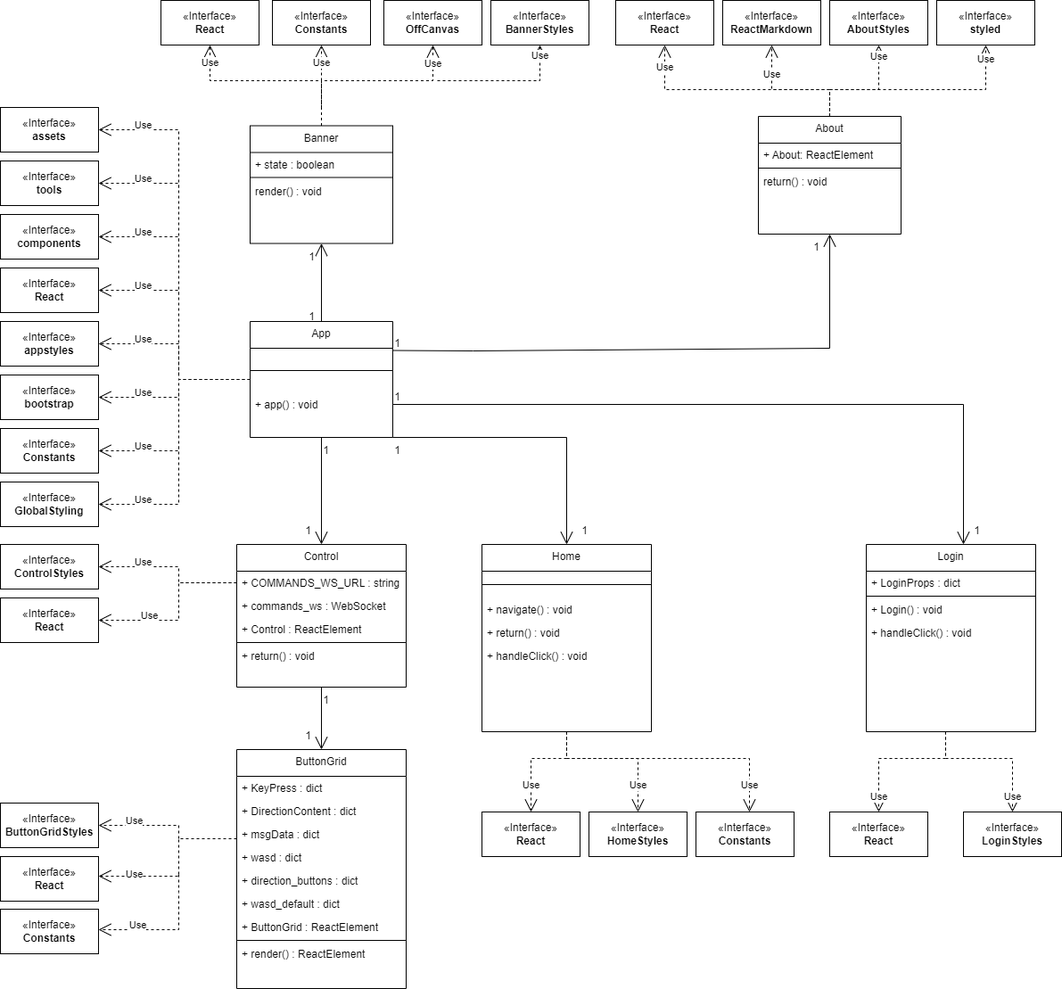
Above: documentation/docs/system-architecture/assets/Architecture_TREAD_BOT_WEBSITE.png in Capstone-Projects-2023-Spring/project-robocontrol (draw.io), before the change. Source tidied: cells renumbered, new cells last; positions are measured from the earlier drawing's top-left corner, leaving out a move shared by most shapes.
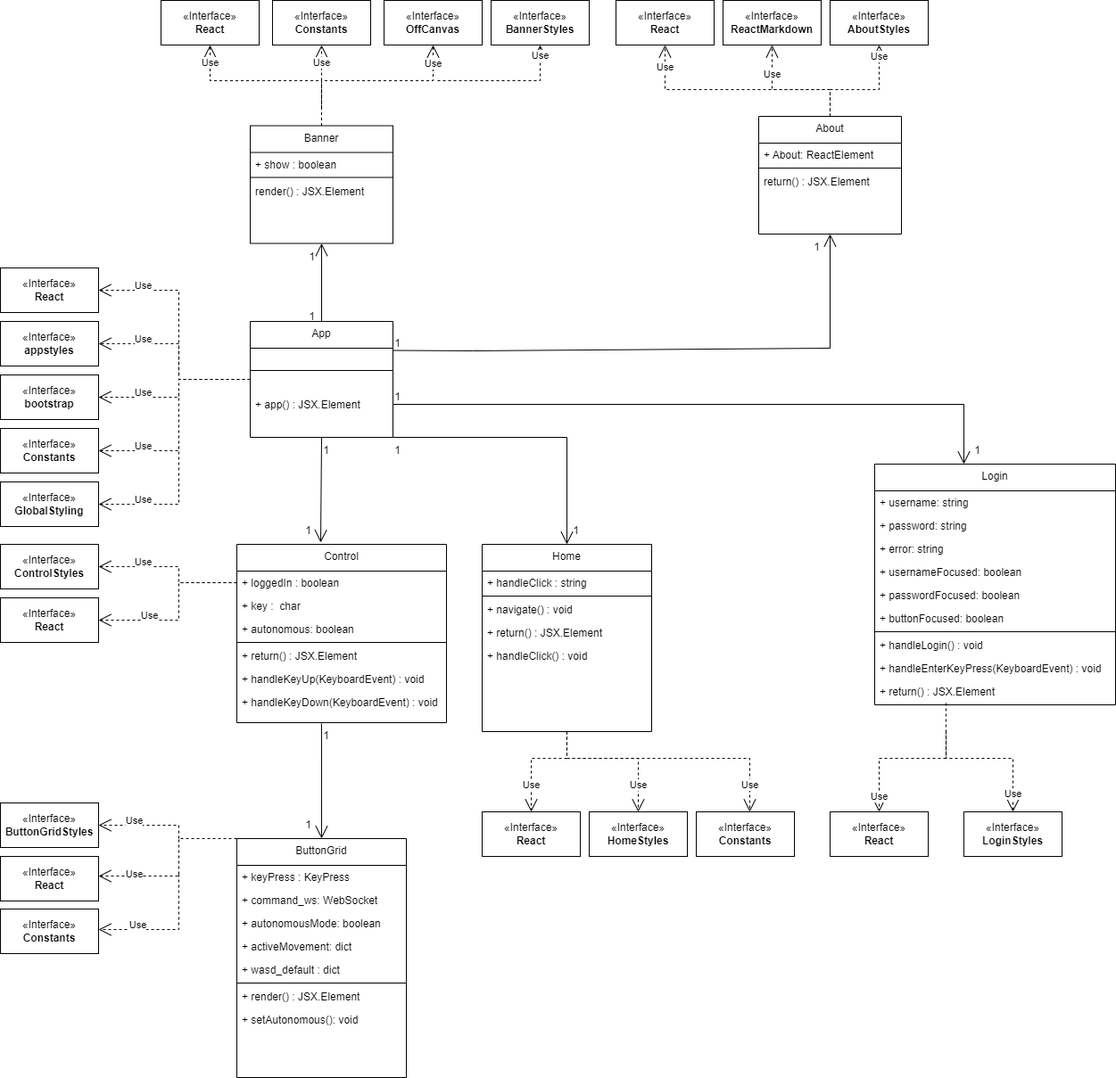
The same file after the commit.

Commit message:
Made requested changes to website portion

What changed in the source:
```diff
@@ -10,14 +10,5 @@
     </mxCell>
-    <mxCell id="4" value="+ app() : void" style="text;align=left;verticalAlign=top;spacingLeft=4;spacingRight=4;overflow=hidden;points=[[0,0.5],[1,0.5]];portConstraint=eastwest;" parent="2" vertex="1">
+    <mxCell id="4" value="+ app() : JSX.Element" style="text;align=left;verticalAlign=top;spacingLeft=4;spacingRight=4;overflow=hidden;points=[[0,0.5],[1,0.5]];portConstraint=eastwest;" parent="2" vertex="1">
       <mxGeometry y="80" width="160" height="26" as="geometry" />
     </mxCell>
-    <mxCell id="5" value="«Interface»&lt;br&gt;&lt;b&gt;assets&lt;/b&gt;" style="html=1;whiteSpace=wrap;" parent="1" vertex="1">
-      <mxGeometry y="120" width="110" height="50" as="geometry" />
-    </mxCell>
-    <mxCell id="6" value="«Interface»&lt;br&gt;&lt;b&gt;tools&lt;/b&gt;" style="html=1;whiteSpace=wrap;" parent="1" vertex="1">
-      <mxGeometry y="180" width="110" height="50" as="geometry" />
-    </mxCell>
-    <mxCell id="7" value="«Interface»&lt;br&gt;&lt;b&gt;components&lt;/b&gt;" style="html=1;whiteSpace=wrap;" parent="1" vertex="1">
-      <mxGeometry y="240" width="110" height="50" as="geometry" />
-    </mxCell>
     <mxCell id="8" value="«Interface»&lt;br&gt;&lt;b&gt;Constants&lt;/b&gt;" style="html=1;whiteSpace=wrap;" parent="1" vertex="1">
@@ -53,10 +44,2 @@
     </mxCell>
-    <mxCell id="15" value="Use" style="endArrow=open;endSize=12;dashed=1;html=1;rounded=0;entryX=1;entryY=0.5;entryDx=0;entryDy=0;" parent="1" edge="1" target="7">
-      <mxGeometry x="0.35" y="-5" relative="1" as="geometry">
-        <mxPoint x="200" y="330" as="sourcePoint" />
-        <Array as="points">
-          <mxPoint x="200" y="265" />
-        </Array>
-      </mxGeometry>
-    </mxCell>
     <mxCell id="16" value="Use" style="endArrow=open;endSize=12;dashed=1;html=1;rounded=0;entryX=1;entryY=0.5;entryDx=0;entryDy=0;" parent="1" edge="1" target="11">
@@ -69,10 +52,2 @@
     </mxCell>
-    <mxCell id="17" value="Use" style="endArrow=open;endSize=12;dashed=1;html=1;rounded=0;entryX=1;entryY=0.5;entryDx=0;entryDy=0;" parent="1" edge="1" target="6">
-      <mxGeometry x="0.35" y="-5" relative="1" as="geometry">
-        <mxPoint x="200" y="270" as="sourcePoint" />
-        <Array as="points">
-          <mxPoint x="200" y="205" />
-        </Array>
-      </mxGeometry>
-    </mxCell>
     <mxCell id="18" value="Use" style="endArrow=open;endSize=12;dashed=1;html=1;rounded=0;entryX=1;entryY=0.5;entryDx=0;entryDy=0;" parent="1" edge="1">
@@ -86,10 +61,2 @@
     </mxCell>
-    <mxCell id="19" value="Use" style="endArrow=open;endSize=12;dashed=1;html=1;rounded=0;entryX=1;entryY=0.5;entryDx=0;entryDy=0;" parent="1" edge="1" target="5">
-      <mxGeometry x="0.35" y="-5" relative="1" as="geometry">
-        <mxPoint x="200" y="210" as="sourcePoint" />
-        <Array as="points">
-          <mxPoint x="200" y="145" />
-        </Array>
-      </mxGeometry>
-    </mxCell>
     <mxCell id="20" value="Use" style="endArrow=open;endSize=12;dashed=1;html=1;rounded=0;entryX=1;entryY=0.5;entryDx=0;entryDy=0;" parent="1" edge="1">
@@ -106,3 +73,3 @@
     </mxCell>
-    <mxCell id="22" value="+ state : boolean" style="text;align=left;verticalAlign=top;spacingLeft=4;spacingRight=4;overflow=hidden;" parent="21" vertex="1">
+    <mxCell id="22" value="+ show : boolean" style="text;align=left;verticalAlign=top;spacingLeft=4;spacingRight=4;overflow=hidden;" parent="21" vertex="1">
       <mxGeometry y="30" width="160" height="26" as="geometry" />
@@ -112,3 +79,3 @@
     </mxCell>
-    <mxCell id="24" value="render() : void" style="text;align=left;verticalAlign=top;spacingLeft=4;spacingRight=4;overflow=hidden;" parent="21" vertex="1">
+    <mxCell id="24" value="render() : JSX.Element" style="text;align=left;verticalAlign=top;spacingLeft=4;spacingRight=4;overflow=hidden;" parent="21" vertex="1">
       <mxGeometry y="60" width="160" height="26" as="geometry" />
@@ -160,3 +127,3 @@
     </mxCell>
-    <mxCell id="35" value="return() : void" style="text;align=left;verticalAlign=top;spacingLeft=4;spacingRight=4;overflow=hidden;" parent="32" vertex="1">
+    <mxCell id="35" value="return() : JSX.Element" style="text;align=left;verticalAlign=top;spacingLeft=4;spacingRight=4;overflow=hidden;" parent="32" vertex="1">
       <mxGeometry y="60" width="160" height="26" as="geometry" />
@@ -197,19 +164,25 @@
     <mxCell id="42" value="Control" style="swimlane;fontStyle=0;align=center;verticalAlign=top;horizontal=1;startSize=30;rounded=0;shadow=0;strokeWidth=1;" parent="1" vertex="1">
-      <mxGeometry x="265" y="610" width="190" height="160" as="geometry" />
+      <mxGeometry x="265" y="610" width="235" height="200" as="geometry" />
     </mxCell>
-    <mxCell id="43" value="+ COMMANDS_WS_URL : string" style="text;align=left;verticalAlign=top;spacingLeft=4;spacingRight=4;overflow=hidden;points=[[0,0.5],[1,0.5]];portConstraint=eastwest;" parent="42" vertex="1">
-      <mxGeometry y="30" width="190" height="26" as="geometry" />
+    <mxCell id="43" value="+ loggedIn : boolean" style="text;align=left;verticalAlign=top;spacingLeft=4;spacingRight=4;overflow=hidden;points=[[0,0.5],[1,0.5]];portConstraint=eastwest;" parent="42" vertex="1">
+      <mxGeometry y="30" width="235" height="26" as="geometry" />
     </mxCell>
-    <mxCell id="44" value="+ commands_ws : WebSocket" style="text;align=left;verticalAlign=top;spacingLeft=4;spacingRight=4;overflow=hidden;" parent="42" vertex="1">
-      <mxGeometry y="56" width="190" height="26" as="geometry" />
+    <mxCell id="44" value="+ key :  char" style="text;align=left;verticalAlign=top;spacingLeft=4;spacingRight=4;overflow=hidden;" parent="42" vertex="1">
+      <mxGeometry y="56" width="235" height="26" as="geometry" />
     </mxCell>
-    <mxCell id="45" value="+ Control : ReactElement" style="text;align=left;verticalAlign=top;spacingLeft=4;spacingRight=4;overflow=hidden;" parent="42" vertex="1">
-      <mxGeometry y="82" width="190" height="26" as="geometry" />
+    <mxCell id="45" value="+ autonomous: boolean" style="text;align=left;verticalAlign=top;spacingLeft=4;spacingRight=4;overflow=hidden;" parent="42" vertex="1">
+      <mxGeometry y="82" width="235" height="26" as="geometry" />
     </mxCell>
     <mxCell id="46" style="line;html=1;strokeWidth=1;align=left;verticalAlign=middle;spacingTop=-1;spacingLeft=3;spacingRight=3;labelPosition=right;" parent="42" vertex="1">
-      <mxGeometry y="108" width="190" height="4" as="geometry" />
+      <mxGeometry y="108" width="235" height="4" as="geometry" />
     </mxCell>
-    <mxCell id="47" value="+ return() : void" style="text;align=left;verticalAlign=top;spacingLeft=4;spacingRight=4;overflow=hidden;" parent="42" vertex="1">
-      <mxGeometry y="112" width="190" height="26" as="geometry" />
+    <mxCell id="47" value="+ return() : JSX.Element" style="text;align=left;verticalAlign=top;spacingLeft=4;spacingRight=4;overflow=hidden;" parent="42" vertex="1">
+      <mxGeometry y="112" width="235" height="26" as="geometry" />
     </mxCell>
+    <mxCell id="109" value="+ handleKeyUp(KeyboardEvent) : void" style="text;align=left;verticalAlign=top;spacingLeft=4;spacingRight=4;overflow=hidden;" parent="42" vertex="1">
+      <mxGeometry y="138" width="235" height="26" as="geometry" />
+    </mxCell>
+    <mxCell id="110" value="+ handleKeyDown(KeyboardEvent) : void" style="text;align=left;verticalAlign=top;spacingLeft=4;spacingRight=4;overflow=hidden;points=[[0,0.5],[1,0.5]];portConstraint=eastwest;" parent="42" vertex="1">
+      <mxGeometry y="164" width="235" height="36" as="geometry" />
+    </mxCell>
     <mxCell id="48" style="endArrow=open;endFill=1;endSize=12;html=1;rounded=0;exitX=1;exitY=0.25;exitDx=0;exitDy=0;entryX=0.5;entryY=1;entryDx=0;entryDy=0;" parent="1" edge="1" source="2" target="32">
@@ -222,14 +195,2 @@
     </mxCell>
-    <mxCell id="49" value="«Interface»&lt;br&gt;&lt;b&gt;styled&lt;/b&gt;" style="html=1;whiteSpace=wrap;" parent="1" vertex="1">
-      <mxGeometry x="1050" width="110" height="50" as="geometry" />
-    </mxCell>
-    <mxCell id="50" value="Use" style="endArrow=open;endSize=12;dashed=1;html=1;rounded=0;entryX=0.5;entryY=1;entryDx=0;entryDy=0;exitX=0.5;exitY=0;exitDx=0;exitDy=0;" parent="1" edge="1" source="32" target="49">
-      <mxGeometry x="0.89" relative="1" as="geometry">
-        <Array as="points">
-          <mxPoint x="930" y="100" />
-          <mxPoint x="1105" y="100" />
-        </Array>
-        <mxPoint y="1" as="offset" />
-      </mxGeometry>
-    </mxCell>
     <mxCell id="51" value="«Interface»&lt;br&gt;&lt;b&gt;BannerStyles&lt;/b&gt;" style="html=1;whiteSpace=wrap;" parent="1" vertex="1">
@@ -245,3 +206,3 @@
     </mxCell>
-    <mxCell id="53" style="endArrow=open;endFill=1;endSize=12;html=1;rounded=0;exitX=0.5;exitY=1;exitDx=0;exitDy=0;entryX=0.5;entryY=0;entryDx=0;entryDy=0;" parent="1" edge="1" source="2" target="42">
+    <mxCell id="53" style="endArrow=open;endFill=1;endSize=12;html=1;rounded=0;exitX=0.5;exitY=1;exitDx=0;exitDy=0;entryX=0.967;entryY=0.933;entryDx=0;entryDy=0;entryPerimeter=0;" parent="1" edge="1" source="2" target="106">
       <mxGeometry relative="1" as="geometry" />
@@ -271,32 +232,29 @@
     <mxCell id="58" value="ButtonGrid" style="swimlane;fontStyle=0;align=center;verticalAlign=top;horizontal=1;startSize=30;rounded=0;shadow=0;strokeWidth=1;" parent="1" vertex="1">
-      <mxGeometry x="265" y="840" width="190" height="268" as="geometry" />
+      <mxGeometry x="265" y="940" width="190" height="268" as="geometry" />
     </mxCell>
-    <mxCell id="59" value="+ KeyPress : dict" style="text;align=left;verticalAlign=top;spacingLeft=4;spacingRight=4;overflow=hidden;" parent="58" vertex="1">
+    <mxCell id="59" value="+ keyPress : KeyPress" style="text;align=left;verticalAlign=top;spacingLeft=4;spacingRight=4;overflow=hidden;" parent="58" vertex="1">
       <mxGeometry y="30" width="190" height="26" as="geometry" />
     </mxCell>
-    <mxCell id="60" value="+ DirectionContent : dict" style="text;align=left;verticalAlign=top;spacingLeft=4;spacingRight=4;overflow=hidden;" parent="58" vertex="1">
+    <mxCell id="60" value="+ command_ws: WebSocket" style="text;align=left;verticalAlign=top;spacingLeft=4;spacingRight=4;overflow=hidden;" parent="58" vertex="1">
       <mxGeometry y="56" width="190" height="26" as="geometry" />
     </mxCell>
-    <mxCell id="61" value="+ msgData : dict" style="text;align=left;verticalAlign=top;spacingLeft=4;spacingRight=4;overflow=hidden;" parent="58" vertex="1">
+    <mxCell id="61" value="+ autonomousMode: boolean" style="text;align=left;verticalAlign=top;spacingLeft=4;spacingRight=4;overflow=hidden;" parent="58" vertex="1">
       <mxGeometry y="82" width="190" height="26" as="geometry" />
     </mxCell>
-    <mxCell id="62" value="+ wasd : dict" style="text;align=left;verticalAlign=top;spacingLeft=4;spacingRight=4;overflow=hidden;" parent="58" vertex="1">
+    <mxCell id="62" value="+ activeMovement: dict" style="text;align=left;verticalAlign=top;spacingLeft=4;spacingRight=4;overflow=hidden;" parent="58" vertex="1">
       <mxGeometry y="108" width="190" height="26" as="geometry" />
     </mxCell>
-    <mxCell id="63" value="+ direction_buttons : dict" style="text;align=left;verticalAlign=top;spacingLeft=4;spacingRight=4;overflow=hidden;" parent="58" vertex="1">
-      <mxGeometry y="134" width="190" height="26" as="geometry" />
-    </mxCell>
     <mxCell id="64" value="+ wasd_default : dict" style="text;align=left;verticalAlign=top;spacingLeft=4;spacingRight=4;overflow=hidden;" parent="58" vertex="1">
-      <mxGeometry y="160" width="190" height="26" as="geometry" />
+      <mxGeometry y="134" width="190" height="26" as="geometry" />
     </mxCell>
-    <mxCell id="65" value="+ ButtonGrid : ReactElement" style="text;align=left;verticalAlign=top;spacingLeft=4;spacingRight=4;overflow=hidden;" parent="58" vertex="1">
-      <mxGeometry y="186" width="190" height="26" as="geometry" />
-    </mxCell>
     <mxCell id="66" style="line;html=1;strokeWidth=1;align=left;verticalAlign=middle;spacingTop=-1;spacingLeft=3;spacingRight=3;labelPosition=right;" parent="58" vertex="1">
-      <mxGeometry y="212" width="190" height="4" as="geometry" />
+      <mxGeometry y="160" width="190" height="4" as="geometry" />
     </mxCell>
-    <mxCell id="67" value="+ render() : ReactElement" style="text;align=left;verticalAlign=top;spacingLeft=4;spacingRight=4;overflow=hidden;" parent="58" vertex="1">
-      <mxGeometry y="216" width="190" height="26" as="geometry" />
+    <mxCell id="67" value="+ render() : JSX.Element" style="text;align=left;verticalAlign=top;spacingLeft=4;spacingRight=4;overflow=hidden;" parent="58" vertex="1">
+      <mxGeometry y="164" width="190" height="26" as="geometry" />
     </mxCell>
+    <mxCell id="63" value="+ setAutonomous(): void" style="text;align=left;verticalAlign=top;spacingLeft=4;spacingRight=4;overflow=hidden;" parent="58" vertex="1">
+      <mxGeometry y="190" width="190" height="26" as="geometry" />
+    </mxCell>
-    <mxCell id="68" style="endArrow=open;endFill=1;endSize=12;html=1;rounded=0;exitX=0.5;exitY=1;exitDx=0;exitDy=0;entryX=0.5;entryY=0;entryDx=0;entryDy=0;" parent="1" edge="1" source="42" target="58">
+    <mxCell id="68" style="endArrow=open;endFill=1;endSize=12;html=1;rounded=0;entryX=0.5;entryY=0;entryDx=0;entryDy=0;exitX=0.404;exitY=1.028;exitDx=0;exitDy=0;exitPerimeter=0;" parent="1" edge="1" source="110" target="58">
       <mxGeometry relative="1" as="geometry" />
@@ -343,4 +301,7 @@
     </mxCell>
+    <mxCell id="111" value="+ handleClick : string" style="text;align=left;verticalAlign=top;spacingLeft=4;spacingRight=4;overflow=hidden;" parent="75" vertex="1">
+      <mxGeometry y="30" width="190" height="26" as="geometry" />
+    </mxCell>
     <mxCell id="76" style="line;html=1;strokeWidth=1;align=left;verticalAlign=middle;spacingTop=-1;spacingLeft=3;spacingRight=3;labelPosition=right;" parent="75" vertex="1">
-      <mxGeometry y="30" width="190" height="30" as="geometry" />
+      <mxGeometry y="56" width="190" height="4" as="geometry" />
     </mxCell>
@@ -349,3 +310,3 @@
     </mxCell>
-    <mxCell id="78" value="+ return() : void" style="text;align=left;verticalAlign=top;spacingLeft=4;spacingRight=4;overflow=hidden;" parent="75" vertex="1">
+    <mxCell id="78" value="+ return() : JSX.Element" style="text;align=left;verticalAlign=top;spacingLeft=4;spacingRight=4;overflow=hidden;" parent="75" vertex="1">
       <mxGeometry y="86" width="190" height="26" as="geometry" />
@@ -397,16 +358,34 @@
     <mxCell id="87" value="Login" style="swimlane;fontStyle=0;align=center;verticalAlign=top;horizontal=1;startSize=30;rounded=0;shadow=0;strokeWidth=1;" parent="1" vertex="1">
-      <mxGeometry x="971" y="610" width="190" height="210" as="geometry" />
+      <mxGeometry x="980" y="520" width="270" height="270" as="geometry" />
     </mxCell>
-    <mxCell id="88" value="+ LoginProps : dict" style="text;align=left;verticalAlign=top;spacingLeft=4;spacingRight=4;overflow=hidden;" parent="87" vertex="1">
-      <mxGeometry y="30" width="190" height="26" as="geometry" />
+    <mxCell id="88" value="+ username: string" style="text;align=left;verticalAlign=top;spacingLeft=4;spacingRight=4;overflow=hidden;" parent="87" vertex="1">
+      <mxGeometry y="30" width="270" height="26" as="geometry" />
     </mxCell>
+    <mxCell id="112" value="+ password: string" style="text;align=left;verticalAlign=top;spacingLeft=4;spacingRight=4;overflow=hidden;" parent="87" vertex="1">
+      <mxGeometry y="56" width="270" height="26" as="geometry" />
+    </mxCell>
+    <mxCell id="113" value="+ error: string" style="text;align=left;verticalAlign=top;spacingLeft=4;spacingRight=4;overflow=hidden;" parent="87" vertex="1">
+      <mxGeometry y="82" width="270" height="26" as="geometry" />
+    </mxCell>
+    <mxCell id="114" value="+ usernameFocused: boolean" style="text;align=left;verticalAlign=top;spacingLeft=4;spacingRight=4;overflow=hidden;" parent="87" vertex="1">
+      <mxGeometry y="108" width="270" height="26" as="geometry" />
+    </mxCell>
+    <mxCell id="115" value="+ passwordFocused: boolean" style="text;align=left;verticalAlign=top;spacingLeft=4;spacingRight=4;overflow=hidden;" parent="87" vertex="1">
+      <mxGeometry y="134" width="270" height="26" as="geometry" />
+    </mxCell>
+    <mxCell id="116" value="+ buttonFocused: boolean" style="text;align=left;verticalAlign=top;spacingLeft=4;spacingRight=4;overflow=hidden;" parent="87" vertex="1">
+      <mxGeometry y="160" width="270" height="26" as="geometry" />
+    </mxCell>
     <mxCell id="89" style="line;html=1;strokeWidth=1;align=left;verticalAlign=middle;spacingTop=-1;spacingLeft=3;spacingRight=3;labelPosition=right;" parent="87" vertex="1">
-      <mxGeometry y="56" width="190" height="4" as="geometry" />
+      <mxGeometry y="186" width="270" height="4" as="geometry" />
     </mxCell>
-    <mxCell id="90" value="+ Login() : void" style="text;align=left;verticalAlign=top;spacingLeft=4;spacingRight=4;overflow=hidden;" parent="87" vertex="1">
-      <mxGeometry y="60" width="190" height="26" as="geometry" />
+    <mxCell id="90" value="+ handleLogin() : void" style="text;align=left;verticalAlign=top;spacingLeft=4;spacingRight=4;overflow=hidden;" parent="87" vertex="1">
+      <mxGeometry y="190" width="270" height="26" as="geometry" />
     </mxCell>
-    <mxCell id="91" value="+ handleClick() : void" style="text;align=left;verticalAlign=top;spacingLeft=4;spacingRight=4;overflow=hidden;" parent="87" vertex="1">
-      <mxGeometry y="86" width="190" height="26" as="geometry" />
+    <mxCell id="91" value="+ handleEnterKeyPress(KeyboardEvent) : void" style="text;align=left;verticalAlign=top;spacingLeft=4;spacingRight=4;overflow=hidden;" parent="87" vertex="1">
+      <mxGeometry y="216" width="270" height="26" as="geometry" />
     </mxCell>
+    <mxCell id="117" value="+ return() : JSX.Element" style="text;align=left;verticalAlign=top;spacingLeft=4;spacingRight=4;overflow=hidden;points=[[0,0.5],[1,0.5]];portConstraint=eastwest;" parent="87" vertex="1">
+      <mxGeometry y="242" width="270" height="26" as="geometry" />
+    </mxCell>
     <mxCell id="92" value="«Interface»&lt;br&gt;&lt;b&gt;React&lt;/b&gt;" style="html=1;whiteSpace=wrap;" parent="1" vertex="1">
@@ -426,5 +405,4 @@
     </mxCell>
-    <mxCell id="95" value="Use" style="endArrow=open;endSize=12;dashed=1;html=1;rounded=0;entryX=0.5;entryY=0;entryDx=0;entryDy=0;" parent="1" edge="1" target="93">
+    <mxCell id="95" value="Use" style="endArrow=open;endSize=12;dashed=1;html=1;rounded=0;entryX=0.5;entryY=0;entryDx=0;entryDy=0;exitX=0.296;exitY=1;exitDx=0;exitDy=0;exitPerimeter=0;" parent="1" edge="1" source="117" target="93">
       <mxGeometry x="0.8" relative="1" as="geometry">
-        <mxPoint x="1060" y="820" as="sourcePoint" />
         <Array as="points">
@@ -435,5 +413,5 @@
     </mxCell>
-    <mxCell id="96" style="endArrow=open;endFill=1;endSize=12;html=1;rounded=0;exitX=1;exitY=0.5;exitDx=0;exitDy=0;entryX=0.5;entryY=0;entryDx=0;entryDy=0;" parent="1" edge="1" source="4">
+    <mxCell id="96" style="endArrow=open;endFill=1;endSize=12;html=1;rounded=0;exitX=1;exitY=0.5;exitDx=0;exitDy=0;" parent="1" edge="1" source="4">
       <mxGeometry relative="1" as="geometry">
-        <mxPoint x="1080" y="610" as="targetPoint" />
+        <mxPoint x="1080" y="520" as="targetPoint" />
         <Array as="points">
@@ -459,3 +437,3 @@
     <mxCell id="102" value="1" style="text;html=1;align=center;verticalAlign=middle;strokeColor=none;fillColor=none;" parent="1" vertex="1">
-      <mxGeometry x="1080" y="580" width="30" height="30" as="geometry" />
+      <mxGeometry x="1080" y="490" width="30" height="30" as="geometry" />
     </mxCell>
@@ -465,3 +443,3 @@
     <mxCell id="104" value="1" style="text;html=1;align=center;verticalAlign=middle;strokeColor=none;fillColor=none;" parent="1" vertex="1">
-      <mxGeometry x="640" y="580" width="30" height="30" as="geometry" />
+      <mxGeometry x="630" y="580" width="30" height="30" as="geometry" />
     </mxCell>
@@ -474,6 +452,6 @@
     <mxCell id="107" value="1" style="text;html=1;align=center;verticalAlign=middle;strokeColor=none;fillColor=none;" parent="1" vertex="1">
-      <mxGeometry x="350" y="770" width="30" height="30" as="geometry" />
+      <mxGeometry x="350" y="810" width="30" height="30" as="geometry" />
     </mxCell>
     <mxCell id="108" value="1" style="text;html=1;align=center;verticalAlign=middle;strokeColor=none;fillColor=none;" parent="1" vertex="1">
-      <mxGeometry x="330" y="810" width="30" height="30" as="geometry" />
+      <mxGeometry x="330" y="910" width="30" height="30" as="geometry" />
     </mxCell>
```
